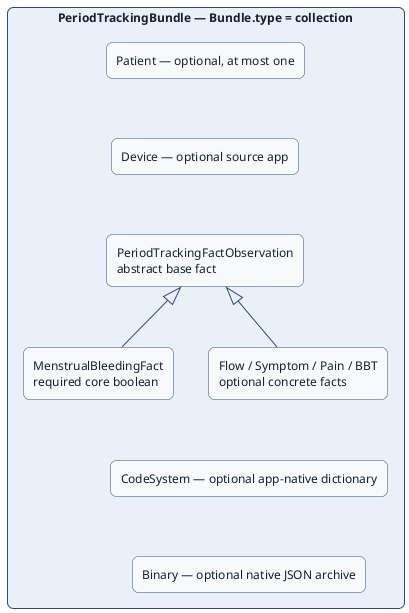
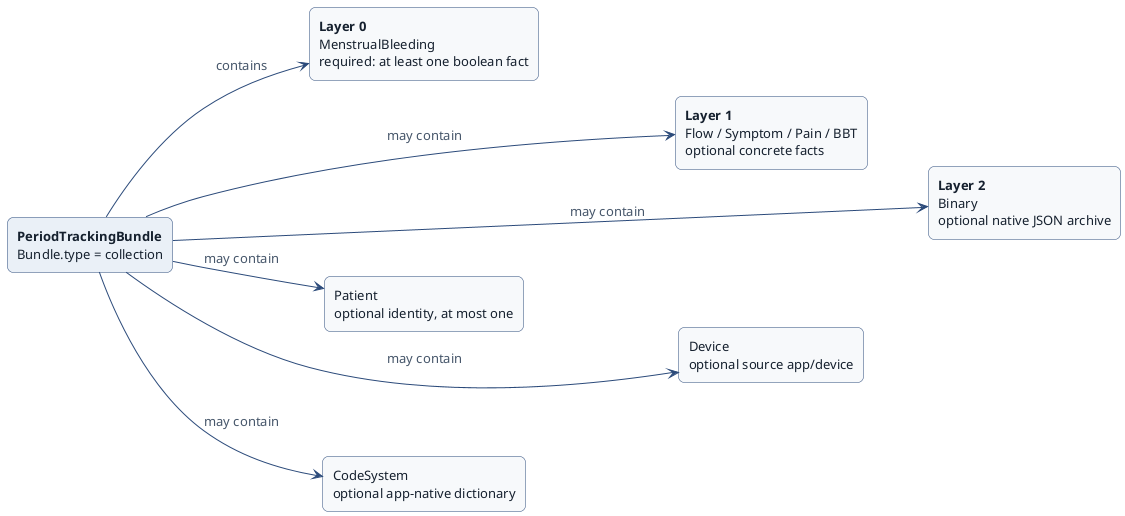
@startuml
+ left to right direction
skinparam shadowing false
skinparam defaultFontName Helvetica
- skinparam defaultFontSize 12
+ skinparam defaultFontSize 13
skinparam ArrowColor #2B4A7A
skinparam ArrowFontColor #46566A
skinparam rectangle {
  BackgroundColor #F7F9FB
  BorderColor #2B4A7A
  FontColor #15202E
  roundCorner 12
}
- rectangle "**PeriodTrackingBundle** — Bundle.type = collection" as Bundle #EAF0F7 {
-   rectangle "Patient — optional, at most one" as Pat
-   rectangle "Device — optional source app" as Dev
-   rectangle "PeriodTrackingFactObservation\nabstract base fact" as Fact
-   rectangle "MenstrualBleedingFact\nrequired core boolean" as Bleed
-   rectangle "Flow / Symptom / Pain / BBT\noptional concrete facts" as Layers
-   rectangle "CodeSystem — optional app-native dictionary" as CS
-   rectangle "Binary — optional native JSON archive" as Bin
-   Pat -[hidden]down- Dev
-   Dev -[hidden]down- Fact
-   Fact <|-- Bleed
-   Fact <|-- Layers
-   Layers -[hidden]down- CS
-   CS -[hidden]down- Bin
- }
+ rectangle "**PeriodTrackingBundle**\nBundle.type = collection" as Bundle #EAF0F7
+ rectangle "**Layer 0**\nMenstrualBleeding\nrequired: at least one boolean fact" as Bleed
+ rectangle "**Layer 1**\nFlow / Symptom / Pain / BBT\noptional concrete facts" as Layers
+ rectangle "**Layer 2**\nBinary\noptional native JSON archive" as Bin
+ rectangle "Patient\noptional identity, at most one" as Pat
+ rectangle "Device\noptional source app/device" as Dev
+ rectangle "CodeSystem\noptional app-native dictionary" as CS
+ 
+ Bundle --> Bleed : contains
+ Bundle --> Layers : may contain
+ Bundle --> Bin : may contain
+ Bundle --> Pat : may contain
+ Bundle --> Dev : may contain
+ Bundle --> CS : may contain
+ 
+ Bleed -[hidden]down- Layers
+ Layers -[hidden]down- Bin
+ Pat -[hidden]down- Dev
@enduml
